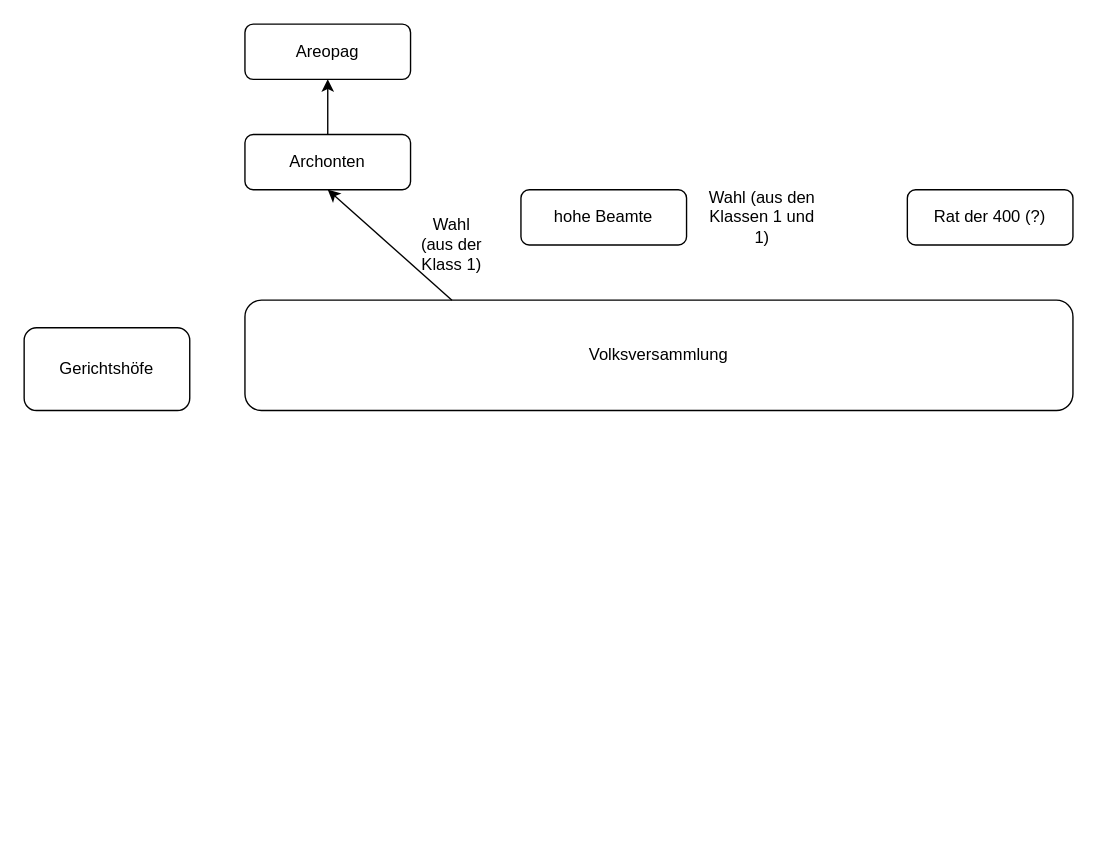
This is Verfassung des Solon (nach Bartels, Blum, Fündling 2015.drawio from eike-code/eike-code.github.io, a draw.io file, before an edit. Source tidied: cells renumbered, new cells numbered last; positions are measured from the earlier drawing's top-left corner, leaving out a move shared by most shapes. Both pictures are drawn from the tidied source at 138%, with x=0, y=0 at pixel (23, 23).
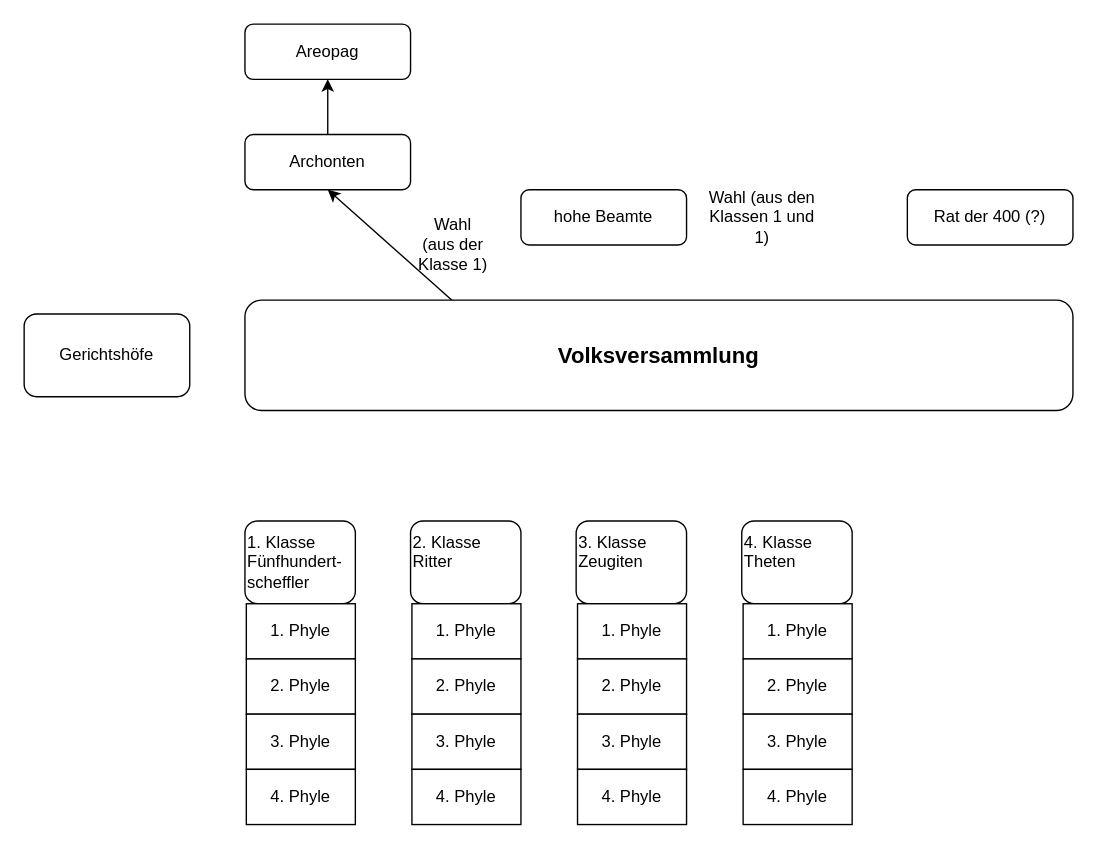
The same diagram, later.

What changed in the source:
```diff
@@
-    <mxCell id="2" value="Volksversammlung" style="rounded=1;whiteSpace=wrap;html=1;fontFamily=cardo;" parent="1" vertex="1">
+    <mxCell id="2" value="&lt;font style=&quot;font-size: 16px&quot;&gt;&lt;b&gt;Volksversammlung&lt;/b&gt;&lt;/font&gt;" style="rounded=1;whiteSpace=wrap;html=1;fontFamily=cardo;" parent="1" vertex="1">
       <mxGeometry x="160" y="200" width="600" height="80" as="geometry" />
     </mxCell>
     <mxCell id="3" value="Gerichtshöfe" style="rounded=1;whiteSpace=wrap;html=1;fontFamily=cardo;" parent="1" vertex="1">
-      <mxGeometry y="220" width="120" height="60" as="geometry" />
+      <mxGeometry y="210" width="120" height="60" as="geometry" />
     </mxCell>
@@
-    <mxCell id="8" value="&lt;div&gt;Wahl&lt;/div&gt;&lt;div&gt;(aus der Klass 1)&lt;br&gt;&lt;/div&gt;" style="text;html=1;strokeColor=none;fillColor=none;align=center;verticalAlign=middle;whiteSpace=wrap;rounded=0;fontFamily=cardo;" parent="1" vertex="1">
-      <mxGeometry x="280" y="150" width="60" height="20" as="geometry" />
+    <mxCell id="8" value="&lt;div&gt;Wahl&lt;/div&gt;&lt;div&gt;(aus der Klasse 1)&lt;br&gt;&lt;/div&gt;" style="text;html=1;strokeColor=none;fillColor=none;align=center;verticalAlign=middle;whiteSpace=wrap;rounded=0;fontFamily=cardo;" parent="1" vertex="1">
+      <mxGeometry x="281" y="150" width="60" height="20" as="geometry" />
     </mxCell>
@@
+    <mxCell id="12" value="&lt;div align=&quot;left&quot;&gt;1. Klasse&lt;/div&gt;&lt;div align=&quot;left&quot;&gt;Fünfhundert-&lt;/div&gt;&lt;div align=&quot;left&quot;&gt;scheffler&lt;br&gt;&lt;/div&gt;" style="rounded=1;whiteSpace=wrap;html=1;fontFamily=cardo;align=left;" parent="1" vertex="1">
+      <mxGeometry x="160" y="360" width="80" height="60" as="geometry" />
+    </mxCell>
+    <mxCell id="13" value="1. Phyle" style="rounded=0;whiteSpace=wrap;html=1;fontFamily=cardo;" parent="1" vertex="1">
+      <mxGeometry x="161" y="420" width="79" height="40" as="geometry" />
+    </mxCell>
+    <mxCell id="14" value="2. Phyle" style="rounded=0;whiteSpace=wrap;html=1;fontFamily=cardo;" parent="1" vertex="1">
+      <mxGeometry x="161" y="460" width="79" height="40" as="geometry" />
+    </mxCell>
+    <mxCell id="15" value="3. Phyle" style="rounded=0;whiteSpace=wrap;html=1;fontFamily=cardo;" parent="1" vertex="1">
+      <mxGeometry x="161" y="500" width="79" height="40" as="geometry" />
+    </mxCell>
+    <mxCell id="16" value="4. Phyle" style="rounded=0;whiteSpace=wrap;html=1;fontFamily=cardo;" parent="1" vertex="1">
+      <mxGeometry x="161" y="540" width="79" height="40" as="geometry" />
+    </mxCell>
+    <mxCell id="17" value="&lt;div&gt;2. Klasse&lt;/div&gt;&lt;div&gt;Ritter&lt;br&gt;&lt;/div&gt;&lt;div&gt;&lt;br&gt;&lt;/div&gt;" style="rounded=1;whiteSpace=wrap;html=1;fontFamily=cardo;align=left;" parent="1" vertex="1">
+      <mxGeometry x="280" y="360" width="80" height="60" as="geometry" />
+    </mxCell>
+    <mxCell id="18" value="1. Phyle" style="rounded=0;whiteSpace=wrap;html=1;fontFamily=cardo;" parent="1" vertex="1">
+      <mxGeometry x="281" y="420" width="79" height="40" as="geometry" />
+    </mxCell>
+    <mxCell id="19" value="2. Phyle" style="rounded=0;whiteSpace=wrap;html=1;fontFamily=cardo;" parent="1" vertex="1">
+      <mxGeometry x="281" y="460" width="79" height="40" as="geometry" />
+    </mxCell>
+    <mxCell id="20" value="3. Phyle" style="rounded=0;whiteSpace=wrap;html=1;fontFamily=cardo;" parent="1" vertex="1">
+      <mxGeometry x="281" y="500" width="79" height="40" as="geometry" />
+    </mxCell>
+    <mxCell id="21" value="4. Phyle" style="rounded=0;whiteSpace=wrap;html=1;fontFamily=cardo;" parent="1" vertex="1">
+      <mxGeometry x="281" y="540" width="79" height="40" as="geometry" />
+    </mxCell>
+    <mxCell id="22" value="3. Klasse&lt;div&gt;Zeugiten&lt;br&gt;&lt;/div&gt;&lt;div&gt;&lt;br&gt;&lt;/div&gt;" style="rounded=1;whiteSpace=wrap;html=1;fontFamily=cardo;align=left;" parent="1" vertex="1">
+      <mxGeometry x="400" y="360" width="80" height="60" as="geometry" />
+    </mxCell>
+    <mxCell id="23" value="1. Phyle" style="rounded=0;whiteSpace=wrap;html=1;fontFamily=cardo;" parent="1" vertex="1">
+      <mxGeometry x="401" y="420" width="79" height="40" as="geometry" />
+    </mxCell>
+    <mxCell id="24" value="2. Phyle" style="rounded=0;whiteSpace=wrap;html=1;fontFamily=cardo;" parent="1" vertex="1">
+      <mxGeometry x="401" y="460" width="79" height="40" as="geometry" />
+    </mxCell>
+    <mxCell id="25" value="3. Phyle" style="rounded=0;whiteSpace=wrap;html=1;fontFamily=cardo;" parent="1" vertex="1">
+      <mxGeometry x="401" y="500" width="79" height="40" as="geometry" />
+    </mxCell>
+    <mxCell id="26" value="4. Phyle" style="rounded=0;whiteSpace=wrap;html=1;fontFamily=cardo;" parent="1" vertex="1">
+      <mxGeometry x="401" y="540" width="79" height="40" as="geometry" />
+    </mxCell>
+    <mxCell id="27" value="&lt;div&gt;4. Klasse&lt;/div&gt;&lt;div&gt;Theten&lt;br&gt;&lt;/div&gt;&lt;div&gt;&lt;br&gt;&lt;/div&gt;" style="rounded=1;whiteSpace=wrap;html=1;fontFamily=cardo;align=left;" parent="1" vertex="1">
+      <mxGeometry x="520" y="360" width="80" height="60" as="geometry" />
+    </mxCell>
+    <mxCell id="28" value="1. Phyle" style="rounded=0;whiteSpace=wrap;html=1;fontFamily=cardo;" parent="1" vertex="1">
+      <mxGeometry x="521" y="420" width="79" height="40" as="geometry" />
+    </mxCell>
+    <mxCell id="29" value="2. Phyle" style="rounded=0;whiteSpace=wrap;html=1;fontFamily=cardo;" parent="1" vertex="1">
+      <mxGeometry x="521" y="460" width="79" height="40" as="geometry" />
+    </mxCell>
+    <mxCell id="30" value="3. Phyle" style="rounded=0;whiteSpace=wrap;html=1;fontFamily=cardo;" parent="1" vertex="1">
+      <mxGeometry x="521" y="500" width="79" height="40" as="geometry" />
+    </mxCell>
+    <mxCell id="31" value="4. Phyle" style="rounded=0;whiteSpace=wrap;html=1;fontFamily=cardo;" parent="1" vertex="1">
+      <mxGeometry x="521" y="540" width="79" height="40" as="geometry" />
+    </mxCell>
```
